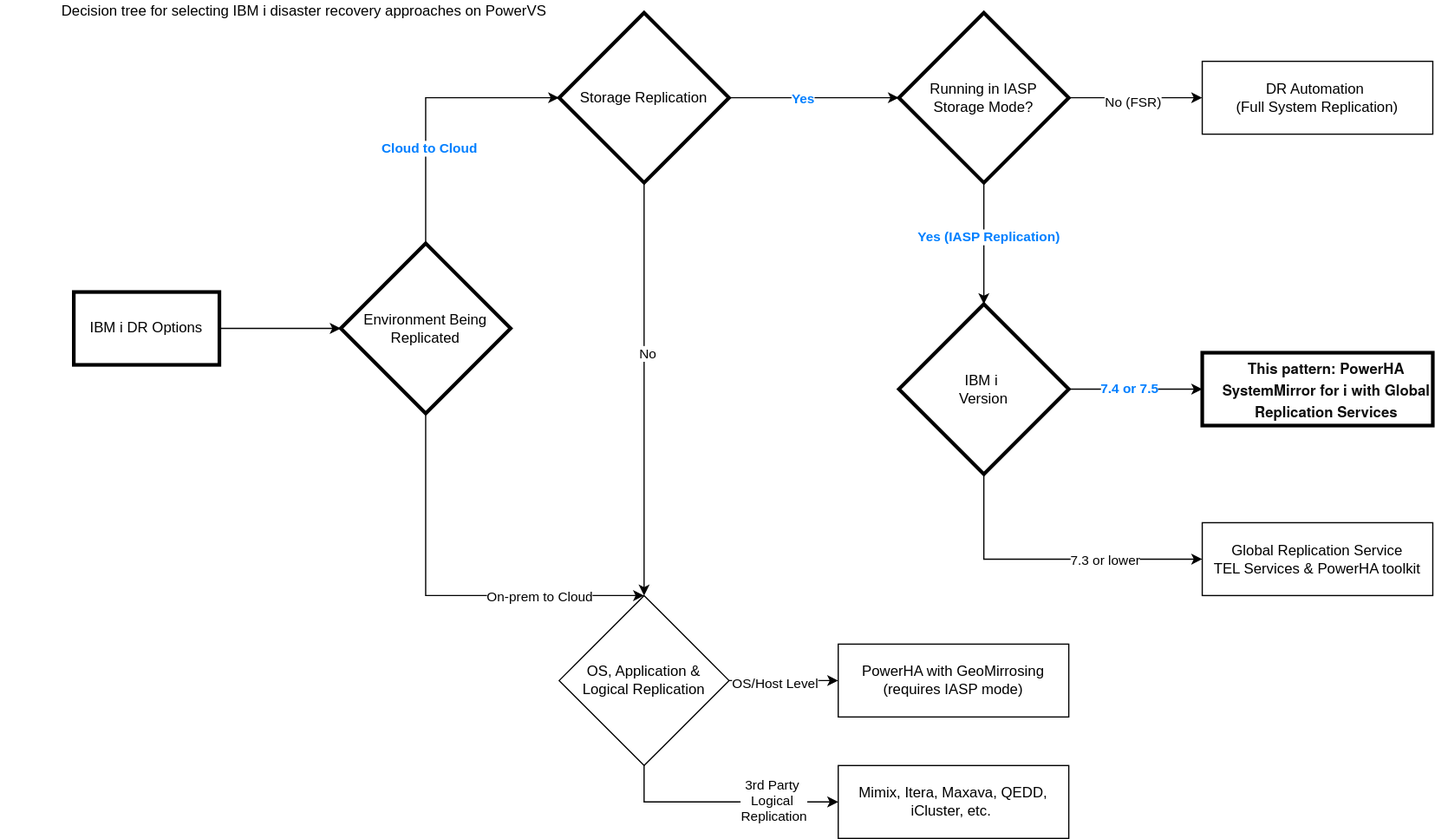
Earlier version of the draw.io export images/phagrsdtree.svg (ibm-cloud-docs/pattern-resiliency-powerha-grs). Source tidied: cells renumbered, new cells last; positions are measured from the earlier drawing's top-left corner, leaving out a move shared by most shapes.
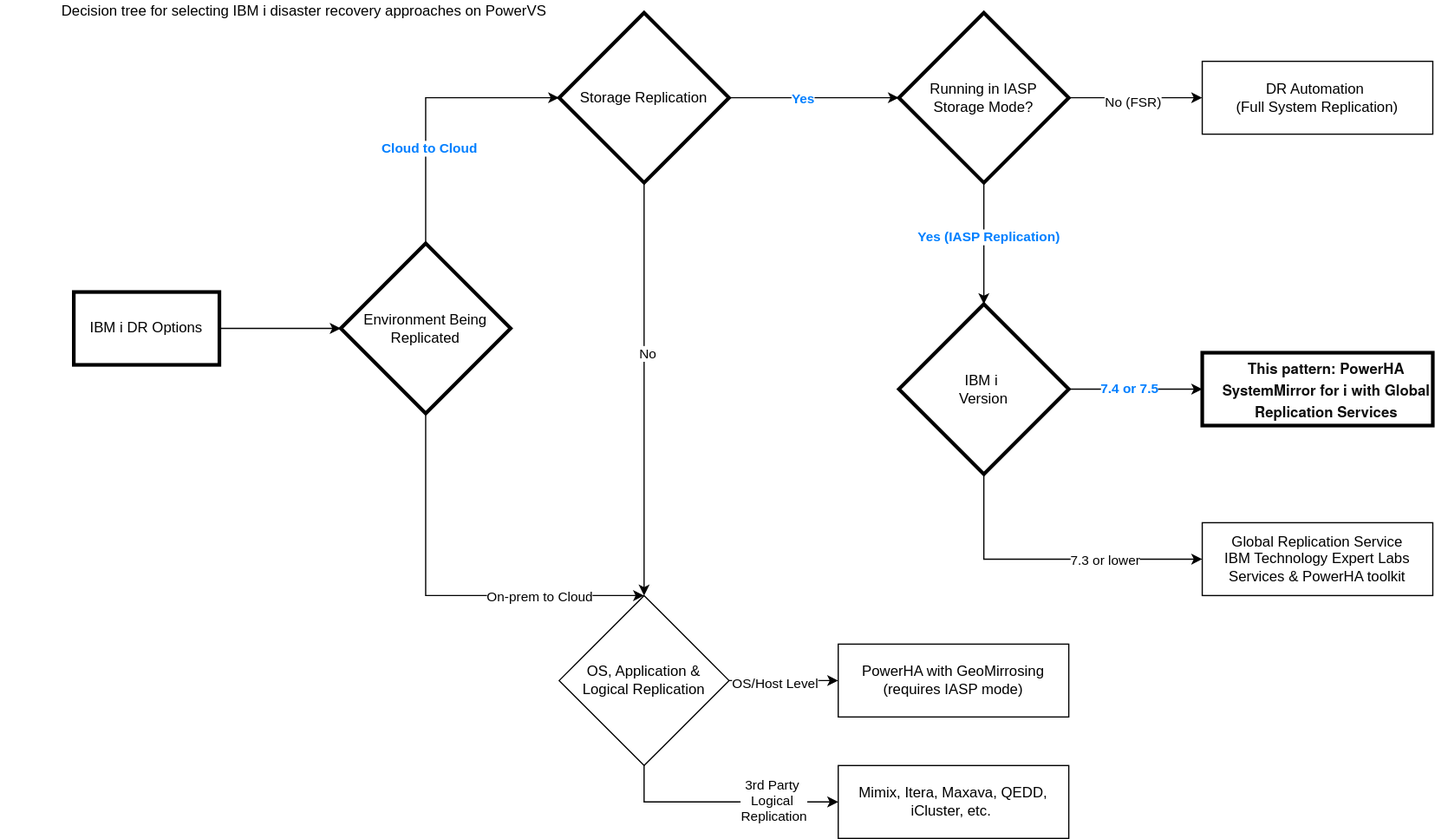
After the change.

What changed in the source:
```diff
@@ -106,7 +106,7 @@
     <mxCell id="30" value="&lt;blockquote style=&quot;margin: 0px 0px 0px 15px; font-variant-numeric: normal; font-variant-east-asian: normal; font-variant-alternates: normal; font-size-adjust: none; font-kerning: auto; font-optical-sizing: auto; font-feature-settings: normal; font-variation-settings: normal; font-variant-position: normal; font-variant-emoji: normal; font-stretch: normal; line-height: normal; font-family: &amp;quot;Helvetica Neue&amp;quot;; color: rgb(14, 14, 14);&quot;&gt;&lt;b style=&quot;&quot;&gt;&lt;font&gt;This pattern: PowerHA SystemMirror for i with Global Replication Services&lt;/font&gt;&lt;/b&gt;&lt;/blockquote&gt;" style="rounded=0;whiteSpace=wrap;html=1;strokeWidth=3;" parent="1" vertex="1">
       <mxGeometry x="990" y="290" width="190" height="60" as="geometry" />
     </mxCell>
-    <mxCell id="31" value="Global Replication Service&lt;div&gt;TEL Services &amp;amp; PowerHA toolkit&lt;/div&gt;" style="rounded=0;whiteSpace=wrap;html=1;" parent="1" vertex="1">
+    <mxCell id="31" value="Global Replication Service&lt;div&gt;IBM Technology Expert Labs Services &amp;amp; PowerHA toolkit&lt;/div&gt;" style="rounded=0;whiteSpace=wrap;html=1;" parent="1" vertex="1">
       <mxGeometry x="990" y="430" width="190" height="60" as="geometry" />
     </mxCell>
     <mxCell id="32" value="PowerHA with GeoMirrosing&lt;div&gt;(requires IASP mode)&lt;/div&gt;" style="rounded=0;whiteSpace=wrap;html=1;" parent="1" vertex="1">
```
